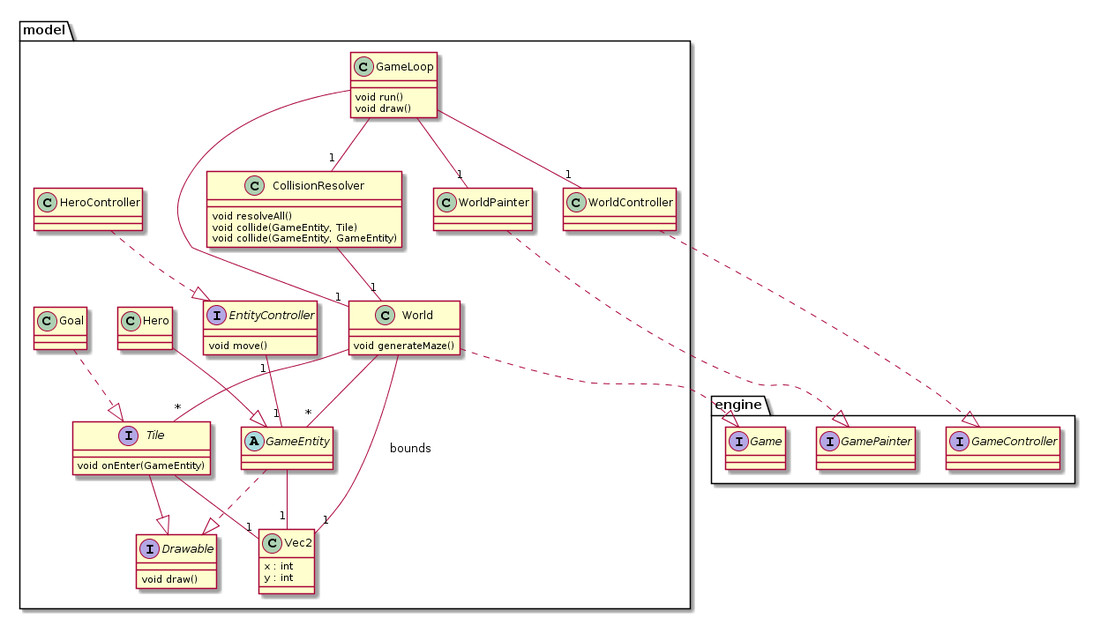
Bert54/ACL_2019_TP11_GROUPE3 keeps this PlantUML diagram as specs/class_diagram.png. Above is the earlier version. Source of this version:
```plantuml
@startuml
package engine <<Folder>> {
interface Game {
}
interface GameController {
}
interface GamePainter {
}
}
package model <<Folder>> {

class Vec2 {
x : int
y : int
}

interface Drawable {
void draw()
}

abstract GameEntity {

}
interface EntityController {
void move()
}
class HeroController {

}
HeroController ..|> EntityController
EntityController "1"--"1" GameEntity
GameEntity --"1" Vec2


class CollisionResolver {
void resolveAll()
void collide(GameEntity, Tile)
void collide(GameEntity, GameEntity)
}

interface Tile {
void onEnter(GameEntity)
}
Tile --"1" Vec2
class Goal {

}
Goal ..|> Tile


class GameLoop {
void run()
void draw()
}
class Hero {
}
class World {
void generateMaze()
}
Hero --|> GameEntity
World --"1" Vec2 : bounds
GameLoop --"1" CollisionResolver
GameLoop --"1" World
CollisionResolver --"1" World
Tile --|> Drawable
GameEntity ..|> Drawable
World --"*" GameEntity
World --"*" Tile

class WorldPainter {

}
World ..|> Game
WorldPainter ..|> GamePainter
WorldController ..|> GameController
GameLoop --"1" WorldPainter
GameLoop --"1" WorldController
}
@enduml
```
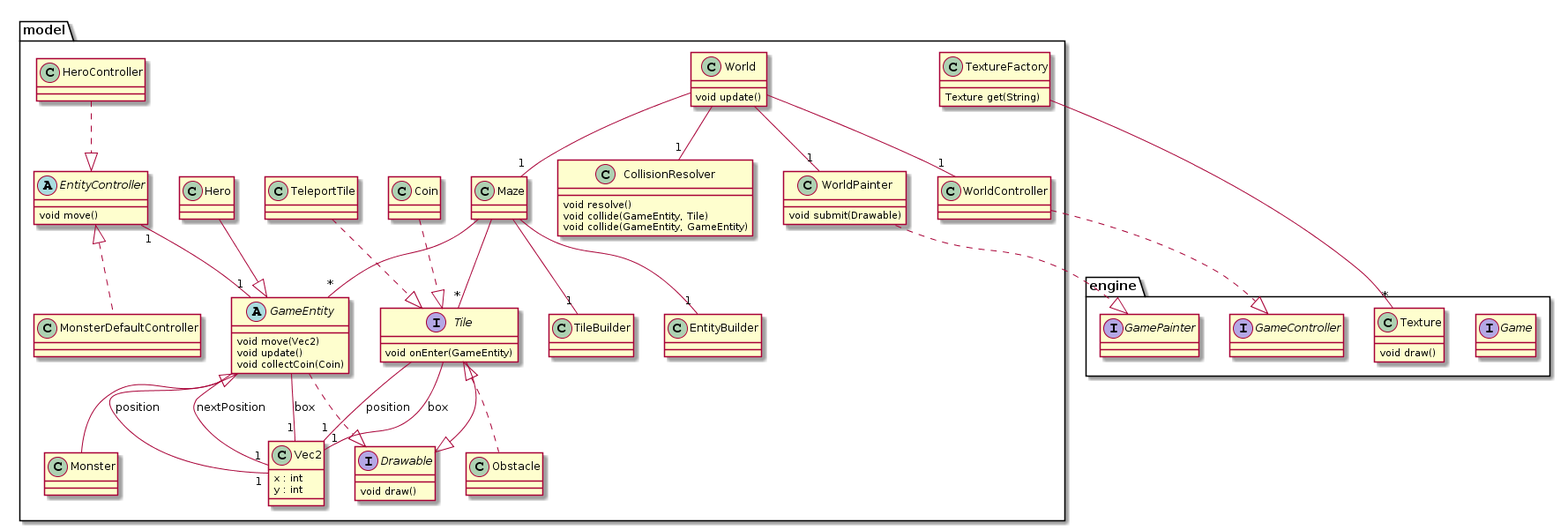
The same file after the commit.

Commit message:
updated class diagram

Change to the diagram source:
```diff
@@ -5,6 +5,9 @@
 interface GameController {
 }
 interface GamePainter {
+}
+class Texture {
+void draw()
 }
 }
 package model <<Folder>> {
@@ -19,21 +22,26 @@
 }
 
 abstract GameEntity {
-
+void move(Vec2)
+void update()
+void collectCoin(Coin)
 }
-interface EntityController {
+abstract class EntityController {
 void move()
 }
 class HeroController {
-
+}
+class MonsterDefaultController implements EntityController {
 }
 HeroController ..|> EntityController
 EntityController "1"--"1" GameEntity
-GameEntity --"1" Vec2
+GameEntity --"1" Vec2 : position
+GameEntity --"1" Vec2 : nextPosition
+GameEntity --"1" Vec2 : box
 
 
 class CollisionResolver {
-void resolveAll()
+void resolve()
 void collide(GameEntity, Tile)
 void collide(GameEntity, GameEntity)
 }
@@ -41,39 +49,40 @@
 interface Tile {
 void onEnter(GameEntity)
 }
-Tile --"1" Vec2
-class Goal {
+Tile --"1" Vec2 : position
+Tile --"1" Vec2 : box
+
+Coin..|> Tile
+TeleportTile..|> Tile
+class Hero {
 
 }
-Goal ..|> Tile
-
-
-class GameLoop {
-void run()
-void draw()
-}
-class Hero {
-}
+class Monster extends GameEntity
 class World {
-void generateMaze()
+void update()
 }
 Hero --|> GameEntity
-World --"1" Vec2 : bounds
-GameLoop --"1" CollisionResolver
-GameLoop --"1" World
-CollisionResolver --"1" World
 Tile --|> Drawable
 GameEntity ..|> Drawable
-World --"*" GameEntity
-World --"*" Tile
+Maze--"*" GameEntity
+Maze --"*" Tile
+class TextureFactory {
+Texture get(String)
+}
+TextureFactory --"*" Texture
+class WorldPainter {
+void submit(Drawable)
+}
 
-class WorldPainter {
-
-}
-World ..|> Game
 WorldPainter ..|> GamePainter
 WorldController ..|> GameController
-GameLoop --"1" WorldPainter
-GameLoop --"1" WorldController
+
+World --"1" WorldPainter
+World --"1" WorldController
+World --"1" Maze
+Maze --"1" TileBuilder
+Maze --"1" EntityBuilder
+class Obstacle implements Tile
+World --"1" CollisionResolver
 }
 @enduml
```
